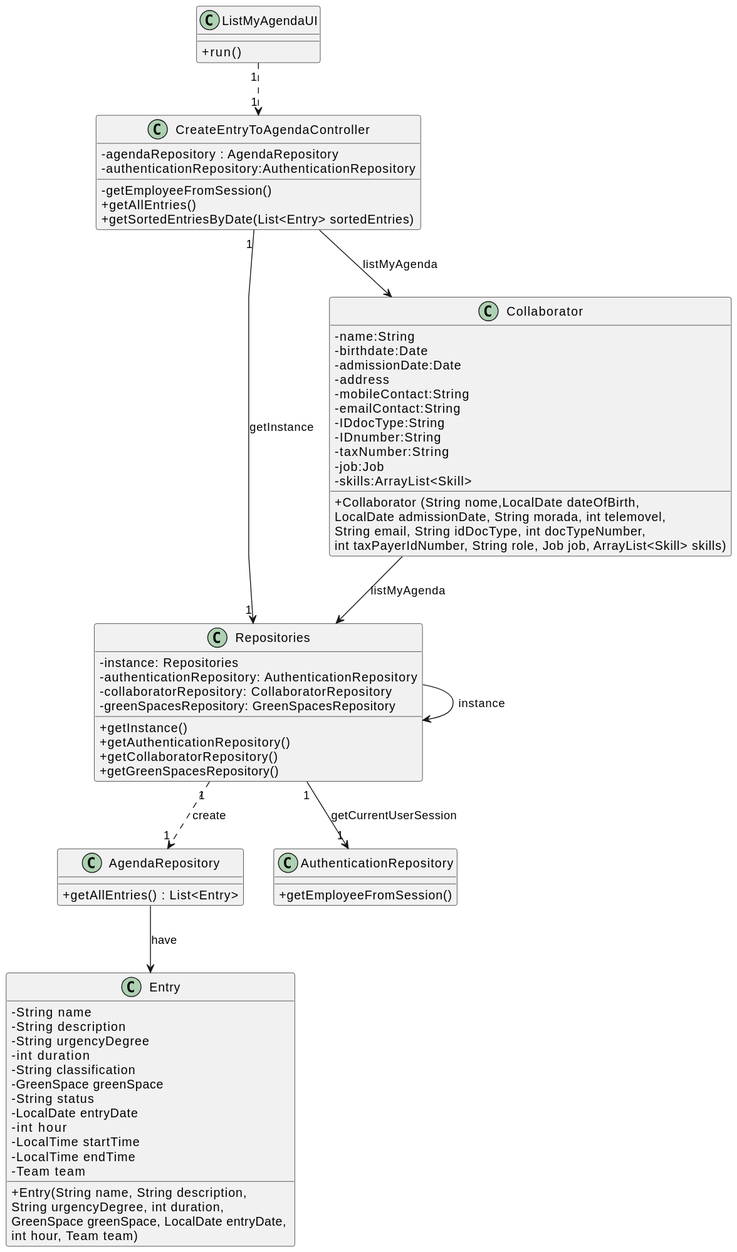
Before: docs/sprintC/us28/03.design/svg/us28-class-diagram.svg, a diagram exported from PlantUML (Paulo-Pereira-at-ISEP/lei-24-s2-1nanb-g321).
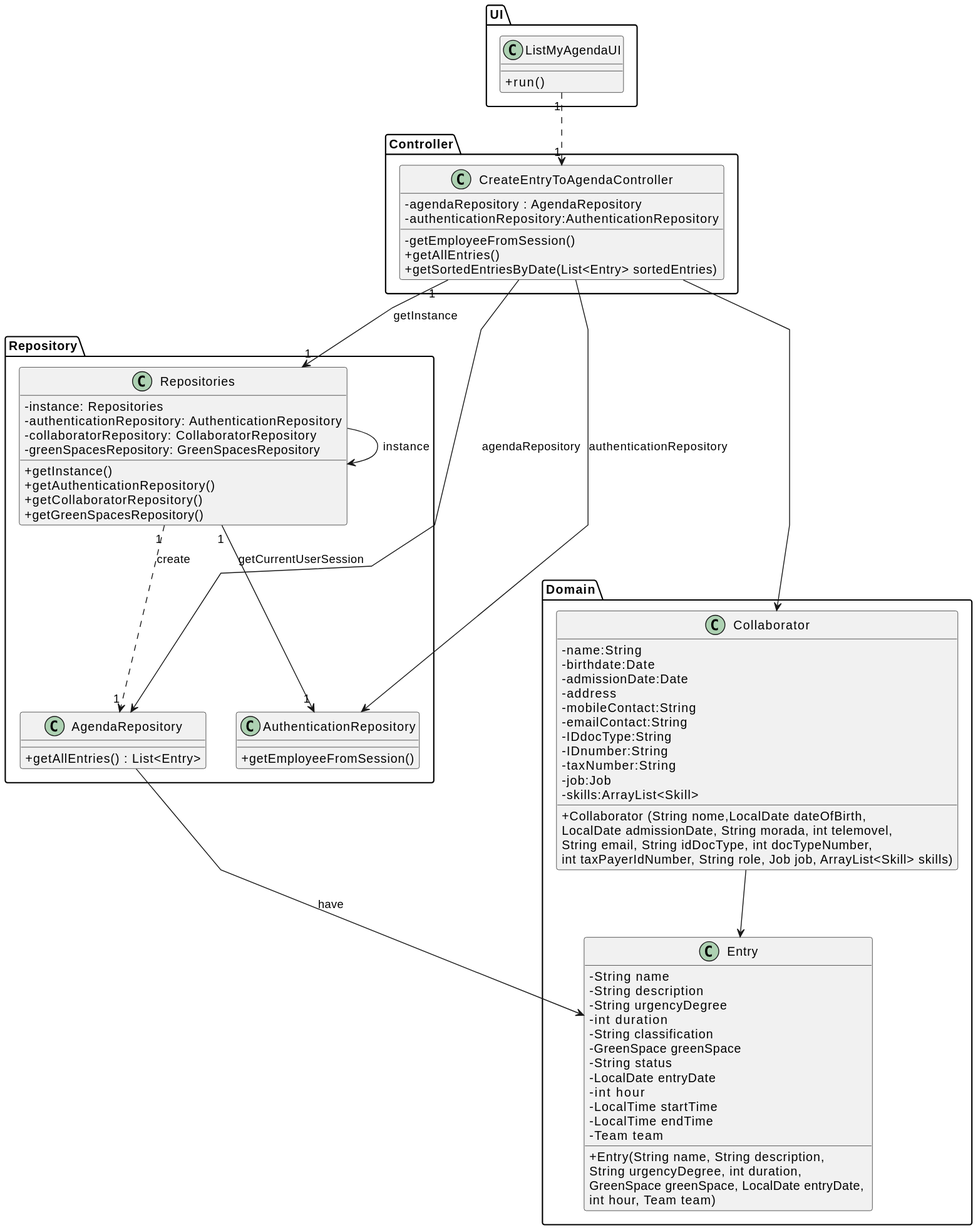
After the commit.

What changed in the source:
```diff
@@ -6,10 +6,13 @@
 skinparam classAttributeIconSize 0
 
 
+Package UI <<Folder>>{
 class ListMyAgendaUI {
     +run()
 }
+}
 
+Package Controller <<Folder>>{
 class CreateEntryToAgendaController {
     - agendaRepository : AgendaRepository
     - authenticationRepository:AuthenticationRepository
@@ -18,7 +21,35 @@
     + getAllEntries()
     + getSortedEntriesByDate(List<Entry> sortedEntries)
 }
+}
 
+Package Repository <<Folder>>{
+class Repositories{
+    - instance: Repositories
+    - authenticationRepository: AuthenticationRepository
+    - collaboratorRepository: CollaboratorRepository
+    - greenSpacesRepository: GreenSpacesRepository
+
+    + getInstance()
+    + getAuthenticationRepository()
+    + getCollaboratorRepository()
+    + getGreenSpacesRepository()
+}
+}
+
+Package Repository <<Folder>>{
+class AgendaRepository{
+    +getAllEntries() : List<Entry>
+}
+}
+
+Package Repository <<Folder>>{
+class AuthenticationRepository{
+    + getEmployeeFromSession()
+}
+}
+
+Package Domain <<Folder>>{
 class Collaborator{
     -name:String
     -birthdate:Date
@@ -34,27 +65,9 @@
 
     +Collaborator (String nome,LocalDate dateOfBirth,\nLocalDate admissionDate, String morada, int telemovel,\nString email, String idDocType, int docTypeNumber,\nint taxPayerIdNumber, String role, Job job, ArrayList<Skill> skills)
 }
-
-class Repositories{
-    - instance: Repositories
-    - authenticationRepository: AuthenticationRepository
-    - collaboratorRepository: CollaboratorRepository
-    - greenSpacesRepository: GreenSpacesRepository
-
-    + getInstance()
-    + getAuthenticationRepository()
-    + getCollaboratorRepository()
-    + getGreenSpacesRepository()
 }
 
-class AgendaRepository{
-    +getAllEntries() : List<Entry>
-}
-
-class AuthenticationRepository{
-    + getEmployeeFromSession()
-}
-
+Package Domain <<Folder>>{
 class Entry {
     - String name
     - String description
@@ -71,12 +84,14 @@
 
     + Entry(String name, String description, \nString urgencyDegree, int duration, \nGreenSpace greenSpace, LocalDate entryDate, \nint hour, Team team)
 }
-
+}
 
 ListMyAgendaUI "1" ..> "1" CreateEntryToAgendaController
 
 CreateEntryToAgendaController "1" --> "1" Repositories : getInstance
-CreateEntryToAgendaController --> Collaborator : listMyAgenda
+CreateEntryToAgendaController --> AgendaRepository : agendaRepository
+CreateEntryToAgendaController --> AuthenticationRepository : authenticationRepository
+CreateEntryToAgendaController --> Collaborator
 
 Repositories -> Repositories : instance
 Repositories "1" ..> "1" AgendaRepository : create
@@ -84,5 +99,5 @@
 
 AgendaRepository --> Entry : have
 
-Collaborator --> Repositories : listMyAgenda
+Collaborator --> Entry
 @enduml
```
